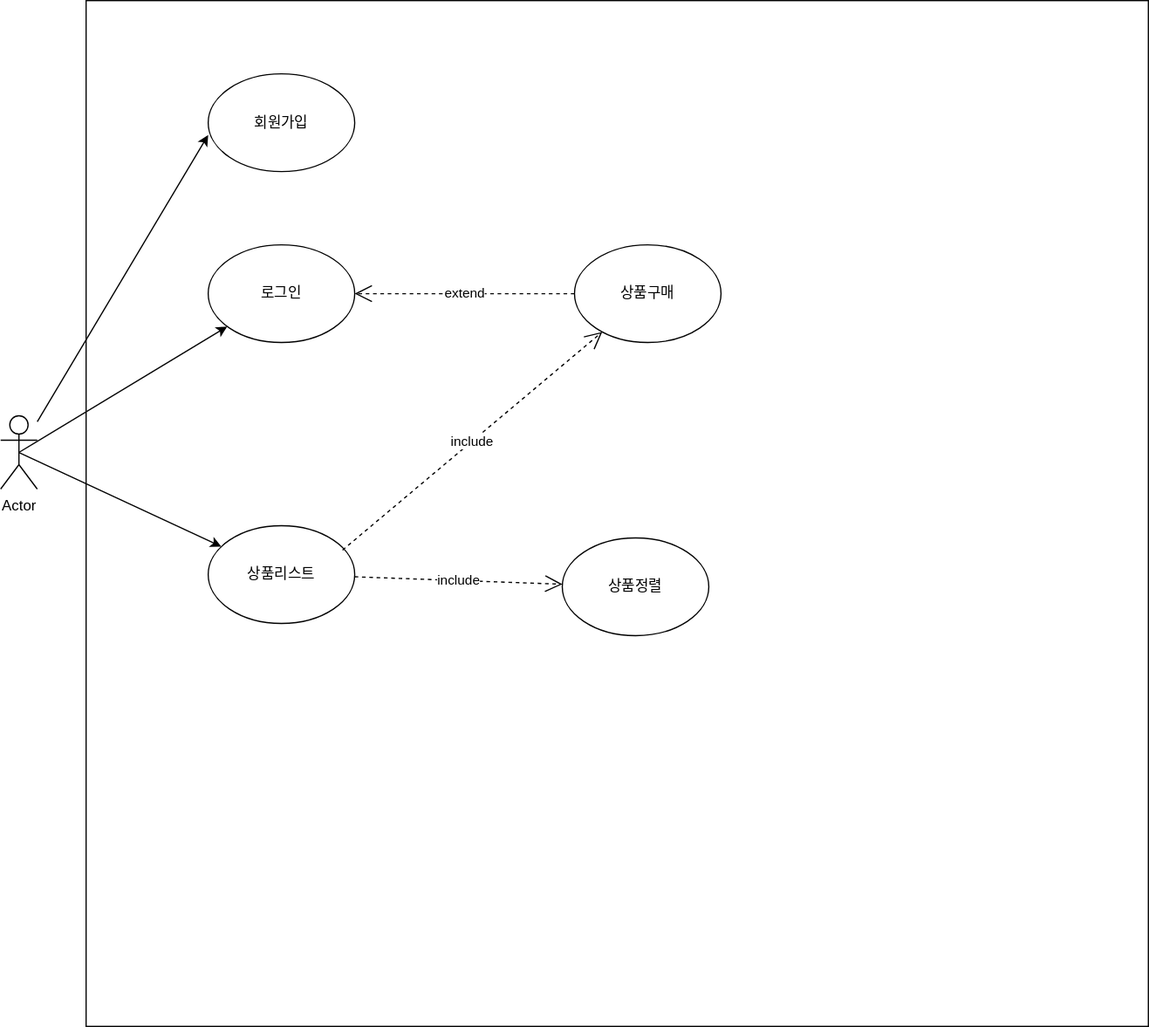
pjw0808/portfolio keeps this draw.io diagram as 제목 없는 다이어그램.drawio.svg. Above is the earlier version. Source tidied: cells renumbered, new cells last; positions are measured from the earlier drawing's top-left corner, leaving out a move shared by most shapes.
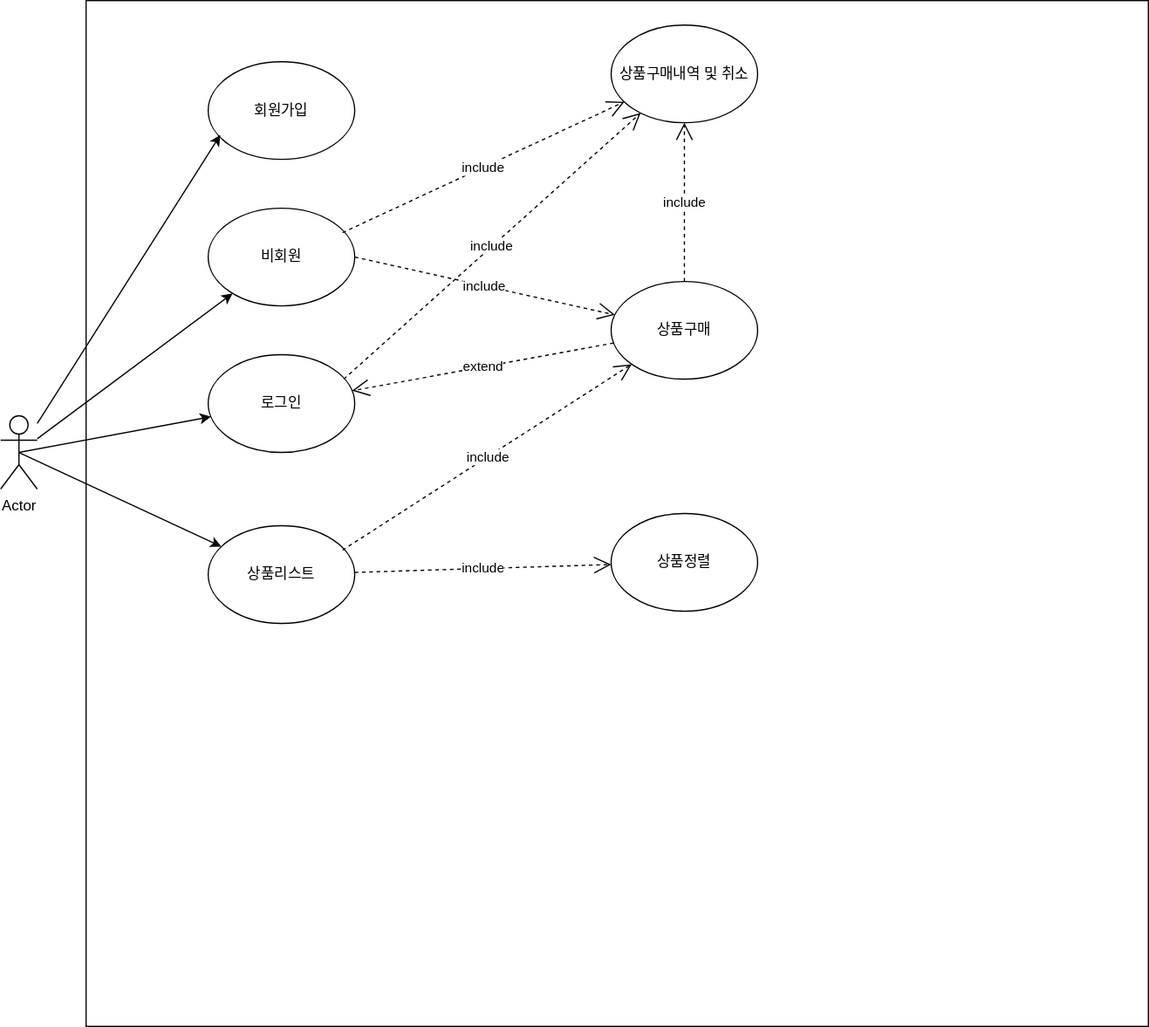
After the commit.

Commit message:
제목 없는 다이어그램.drawio.svg 업데이트

Diff of the diagram source:
```diff
@@ -6,18 +6,16 @@
       <mxGeometry x="70" width="870" height="840" as="geometry" />
     </mxCell>
     <mxCell id="3" value="로그인" style="ellipse;whiteSpace=wrap;html=1;" parent="1" vertex="1">
-      <mxGeometry x="170" y="200" width="120" height="80" as="geometry" />
+      <mxGeometry x="170" y="290" width="120" height="80" as="geometry" />
     </mxCell>
     <mxCell id="4" value="Actor" style="shape=umlActor;verticalLabelPosition=bottom;verticalAlign=top;html=1;outlineConnect=0;" parent="1" vertex="1">
       <mxGeometry y="340" width="30" height="60" as="geometry" />
     </mxCell>
     <mxCell id="5" value="회원가입" style="ellipse;whiteSpace=wrap;html=1;" parent="1" vertex="1">
-      <mxGeometry x="170" y="60" width="120" height="80" as="geometry" />
+      <mxGeometry x="170" y="50" width="120" height="80" as="geometry" />
     </mxCell>
-    <mxCell id="6" style="endArrow=classic;html=1;rounded=0;" parent="1" edge="1" source="4">
-      <mxGeometry relative="1" as="geometry">
-        <mxPoint x="170" y="110" as="targetPoint" />
-      </mxGeometry>
+    <mxCell id="6" style="endArrow=classic;html=1;rounded=0;entryX=0.083;entryY=0.75;entryDx=0;entryDy=0;entryPerimeter=0;" parent="1" edge="1" source="4" target="5">
+      <mxGeometry relative="1" as="geometry" />
     </mxCell>
     <mxCell id="7" style="endArrow=classic;html=1;rounded=0;exitX=0.5;exitY=0.5;exitDx=0;exitDy=0;exitPerimeter=0;" parent="1" edge="1" source="4" target="3">
       <mxGeometry relative="1" as="geometry" />
@@ -29,13 +27,13 @@
       <mxGeometry relative="1" as="geometry" />
     </mxCell>
     <mxCell id="10" value="상품정렬" style="ellipse;whiteSpace=wrap;html=1;" parent="1" vertex="1">
-      <mxGeometry x="460" y="440" width="120" height="80" as="geometry" />
+      <mxGeometry x="500" y="420" width="120" height="80" as="geometry" />
     </mxCell>
     <mxCell id="11" value="include" style="endArrow=open;endSize=12;dashed=1;html=1;rounded=0;" parent="1" edge="1" source="8" target="10">
       <mxGeometry relative="1" as="geometry" />
     </mxCell>
     <mxCell id="12" value="상품구매" style="ellipse;whiteSpace=wrap;html=1;" parent="1" vertex="1">
-      <mxGeometry x="470" y="200" width="120" height="80" as="geometry" />
+      <mxGeometry x="500" y="230" width="120" height="80" as="geometry" />
     </mxCell>
     <mxCell id="13" value="include" style="endArrow=open;endSize=12;dashed=1;html=1;rounded=0;" parent="1" edge="1" target="12">
       <mxGeometry relative="1" as="geometry">
@@ -45,5 +43,26 @@
     <mxCell id="14" value="extend" style="endArrow=open;endSize=12;dashed=1;html=1;rounded=0;" parent="1" edge="1" source="12" target="3">
       <mxGeometry relative="1" as="geometry" />
     </mxCell>
+    <mxCell id="15" value="상품구매내역 및 취소" style="ellipse;whiteSpace=wrap;html=1;" parent="1" vertex="1">
+      <mxGeometry x="500" y="20" width="120" height="80" as="geometry" />
+    </mxCell>
+    <mxCell id="16" value="include" style="endArrow=open;endSize=12;dashed=1;html=1;rounded=0;" parent="1" edge="1" source="12" target="15">
+      <mxGeometry relative="1" as="geometry" />
+    </mxCell>
+    <mxCell id="17" value="include" style="endArrow=open;endSize=12;dashed=1;html=1;rounded=0;exitX=0.925;exitY=0.25;exitDx=0;exitDy=0;exitPerimeter=0;" parent="1" edge="1" source="3" target="15">
+      <mxGeometry relative="1" as="geometry" />
+    </mxCell>
+    <mxCell id="18" value="비회원" style="ellipse;whiteSpace=wrap;html=1;" parent="1" vertex="1">
+      <mxGeometry x="170" y="170" width="120" height="80" as="geometry" />
+    </mxCell>
+    <mxCell id="19" style="endArrow=classic;html=1;rounded=0;" parent="1" edge="1" source="4" target="18">
+      <mxGeometry relative="1" as="geometry" />
+    </mxCell>
+    <mxCell id="20" value="include" style="endArrow=open;endSize=12;dashed=1;html=1;rounded=0;exitX=0.917;exitY=0.25;exitDx=0;exitDy=0;exitPerimeter=0;" parent="1" edge="1" source="18" target="15">
+      <mxGeometry relative="1" as="geometry" />
+    </mxCell>
+    <mxCell id="21" value="include" style="endArrow=open;endSize=12;dashed=1;html=1;rounded=0;exitX=1;exitY=0.5;exitDx=0;exitDy=0;" parent="1" edge="1" source="18" target="12">
+      <mxGeometry relative="1" as="geometry" />
+    </mxCell>
   </root>
 </mxGraphModel>
```
